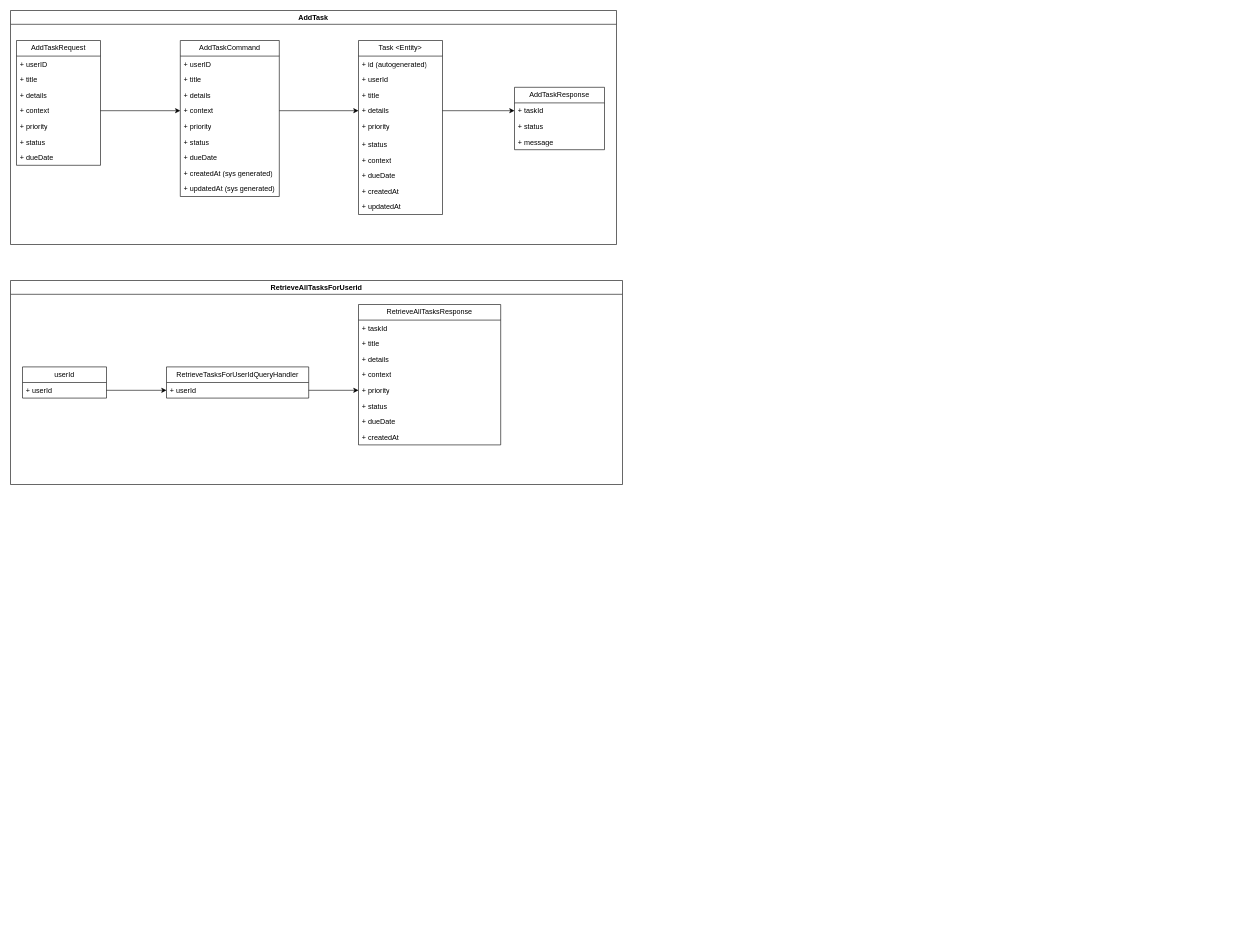
pranay-codes/gtd keeps this draw.io diagram as gtd-backend/src/main/resources/design/Task-Domain.drawio. Above is the earlier version. Source tidied: cells renumbered, new cells numbered last; positions are measured from the earlier drawing's top-left corner, leaving out a move shared by most shapes. Both pictures are drawn from the tidied source at 60%, with x=0, y=0 at pixel (10, 10).
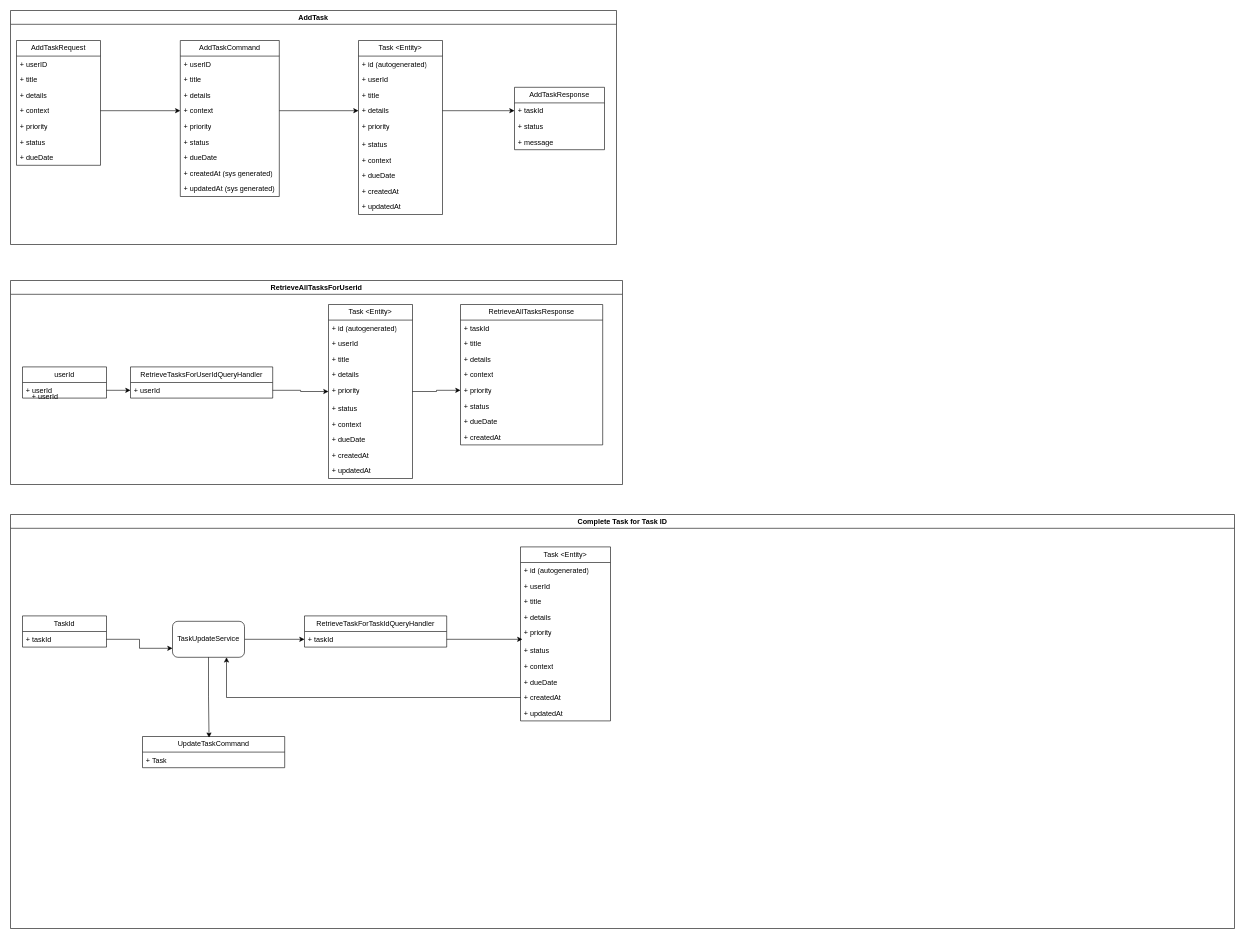
After the change.

Unchanged cells that the change refers to:
```xml
<mxCell id="39" value="RetrieveAllTasksForUserid" style="swimlane;whiteSpace=wrap;html=1;" parent="1" vertex="1">
  <mxGeometry y="450" width="1020" height="340" as="geometry" />
</mxCell>
<mxCell id="43" value="+ userId" style="text;strokeColor=none;fillColor=none;align=left;verticalAlign=top;spacingLeft=4;spacingRight=4;overflow=hidden;points=[[0,0.5],[1,0.5]];portConstraint=eastwest;whiteSpace=wrap;html=1;" parent="42" vertex="1">
  <mxGeometry y="26" width="237" height="26" as="geometry" />
</mxCell>
<mxCell id="49" value="+ priority" style="text;strokeColor=none;fillColor=none;align=left;verticalAlign=top;spacingLeft=4;spacingRight=4;overflow=hidden;points=[[0,0.5],[1,0.5]];portConstraint=eastwest;whiteSpace=wrap;html=1;" parent="44" vertex="1">
  <mxGeometry y="130" width="237" height="26" as="geometry" />
</mxCell>
```

Change to the diagram source:
```diff
@@
     <mxCell id="42" value="RetrieveTasksForUserIdQueryHandler" style="swimlane;fontStyle=0;horizontal=1;startSize=26;fillColor=none;whiteSpace=wrap;html=1;" parent="39" vertex="1">
-      <mxGeometry x="260" y="144" width="237" height="52" as="geometry" />
+      <mxGeometry x="200" y="144" width="237" height="52" as="geometry" />
     </mxCell>
@@
     <mxCell id="44" value="RetrieveAllTasksResponse" style="swimlane;fontStyle=0;horizontal=1;startSize=26;fillColor=none;whiteSpace=wrap;html=1;" parent="39" vertex="1">
-      <mxGeometry x="580" y="40" width="237" height="234" as="geometry" />
+      <mxGeometry x="750" y="40" width="237" height="234" as="geometry" />
     </mxCell>
@@
-    <mxCell id="54" style="edgeStyle=orthogonalEdgeStyle;rounded=0;jettySize=auto;html=1;entryX=0;entryY=0.5;entryDx=0;entryDy=0;" parent="39" edge="1" source="43" target="49">
-      <mxGeometry relative="1" as="geometry" />
-    </mxCell>
+    <mxCell id="55" value="Task &amp;lt;Entity&amp;gt;" style="swimlane;fontStyle=0;horizontal=1;startSize=26;fillColor=none;whiteSpace=wrap;html=1;" parent="39" vertex="1">
+      <mxGeometry x="530" y="40" width="140" height="290" as="geometry" />
+    </mxCell>
+    <mxCell id="56" value="+ id (autogenerated)" style="text;strokeColor=none;fillColor=none;align=left;verticalAlign=top;spacingLeft=4;spacingRight=4;overflow=hidden;whiteSpace=wrap;html=1;" parent="55" vertex="1">
+      <mxGeometry y="26" width="140" height="26" as="geometry" />
+    </mxCell>
+    <mxCell id="57" value="+ userId" style="text;strokeColor=none;fillColor=none;align=left;verticalAlign=top;spacingLeft=4;spacingRight=4;overflow=hidden;whiteSpace=wrap;html=1;" parent="55" vertex="1">
+      <mxGeometry y="52" width="140" height="26" as="geometry" />
+    </mxCell>
+    <mxCell id="58" value="+ title" style="text;strokeColor=none;fillColor=none;align=left;verticalAlign=top;spacingLeft=4;spacingRight=4;overflow=hidden;whiteSpace=wrap;html=1;" parent="55" vertex="1">
+      <mxGeometry y="78" width="140" height="26" as="geometry" />
+    </mxCell>
+    <mxCell id="59" value="+ details" style="text;strokeColor=none;fillColor=none;align=left;verticalAlign=top;spacingLeft=4;spacingRight=4;overflow=hidden;whiteSpace=wrap;html=1;" parent="55" vertex="1">
+      <mxGeometry y="104" width="140" height="26" as="geometry" />
+    </mxCell>
+    <mxCell id="60" value="+ priority" style="text;strokeColor=none;fillColor=none;align=left;verticalAlign=top;spacingLeft=4;spacingRight=4;overflow=hidden;points=[[0,0.5],[1,0.5]];portConstraint=eastwest;whiteSpace=wrap;html=1;" parent="55" vertex="1">
+      <mxGeometry y="130" width="140" height="30" as="geometry" />
+    </mxCell>
+    <mxCell id="61" value="+ status" style="text;strokeColor=none;fillColor=none;align=left;verticalAlign=top;spacingLeft=4;spacingRight=4;overflow=hidden;whiteSpace=wrap;html=1;" parent="55" vertex="1">
+      <mxGeometry y="160" width="140" height="26" as="geometry" />
+    </mxCell>
+    <mxCell id="62" value="+ context" style="text;strokeColor=none;fillColor=none;align=left;verticalAlign=top;spacingLeft=4;spacingRight=4;overflow=hidden;whiteSpace=wrap;html=1;" parent="55" vertex="1">
+      <mxGeometry y="186" width="140" height="26" as="geometry" />
+    </mxCell>
+    <mxCell id="63" value="+ dueDate" style="text;strokeColor=none;fillColor=none;align=left;verticalAlign=top;spacingLeft=4;spacingRight=4;overflow=hidden;whiteSpace=wrap;html=1;" parent="55" vertex="1">
+      <mxGeometry y="212" width="140" height="26" as="geometry" />
+    </mxCell>
+    <mxCell id="64" value="+ createdAt" style="text;strokeColor=none;fillColor=none;align=left;verticalAlign=top;spacingLeft=4;spacingRight=4;overflow=hidden;whiteSpace=wrap;html=1;" parent="55" vertex="1">
+      <mxGeometry y="238" width="140" height="26" as="geometry" />
+    </mxCell>
+    <mxCell id="65" value="+ updatedAt" style="text;strokeColor=none;fillColor=none;align=left;verticalAlign=top;spacingLeft=4;spacingRight=4;overflow=hidden;whiteSpace=wrap;html=1;" parent="55" vertex="1">
+      <mxGeometry y="264" width="140" height="26" as="geometry" />
+    </mxCell>
+    <mxCell id="66" style="edgeStyle=orthogonalEdgeStyle;rounded=0;jettySize=auto;html=1;entryX=0;entryY=0.5;entryDx=0;entryDy=0;" parent="39" edge="1" source="43" target="60">
+      <mxGeometry relative="1" as="geometry" />
+    </mxCell>
+    <mxCell id="67" style="edgeStyle=orthogonalEdgeStyle;rounded=0;jettySize=auto;html=1;" parent="39" edge="1" source="60" target="49">
+      <mxGeometry relative="1" as="geometry" />
+    </mxCell>
+    <mxCell id="68" value="Complete Task for Task ID" style="swimlane;whiteSpace=wrap;html=1;" parent="1" vertex="1">
+      <mxGeometry y="840" width="2040" height="690" as="geometry" />
+    </mxCell>
+    <mxCell id="69" value="TaskId" style="swimlane;fontStyle=0;horizontal=1;startSize=26;fillColor=none;whiteSpace=wrap;html=1;" parent="68" vertex="1">
+      <mxGeometry x="20" y="169" width="140" height="52" as="geometry" />
+    </mxCell>
+    <mxCell id="70" value="+ taskId" style="text;strokeColor=none;fillColor=none;align=left;verticalAlign=top;spacingLeft=4;spacingRight=4;overflow=hidden;points=[[0,0.5],[1,0.5]];portConstraint=eastwest;whiteSpace=wrap;html=1;" parent="69" vertex="1">
+      <mxGeometry y="26" width="140" height="26" as="geometry" />
+    </mxCell>
+    <mxCell id="71" value="RetrieveTaskForTaskIdQueryHandler" style="swimlane;fontStyle=0;horizontal=1;startSize=26;fillColor=none;whiteSpace=wrap;html=1;" parent="68" vertex="1">
+      <mxGeometry x="490" y="169" width="237" height="52" as="geometry" />
+    </mxCell>
+    <mxCell id="72" value="+ taskId" style="text;strokeColor=none;fillColor=none;align=left;verticalAlign=top;spacingLeft=4;spacingRight=4;overflow=hidden;points=[[0,0.5],[1,0.5]];portConstraint=eastwest;whiteSpace=wrap;html=1;" parent="71" vertex="1">
+      <mxGeometry y="26" width="237" height="26" as="geometry" />
+    </mxCell>
+    <mxCell id="73" value="Task &amp;lt;Entity&amp;gt;" style="swimlane;fontStyle=0;horizontal=1;startSize=26;fillColor=none;whiteSpace=wrap;html=1;" parent="68" vertex="1">
+      <mxGeometry x="850" y="54" width="150" height="290" as="geometry" />
+    </mxCell>
+    <mxCell id="74" value="+ id (autogenerated)" style="text;strokeColor=none;fillColor=none;align=left;verticalAlign=top;spacingLeft=4;spacingRight=4;overflow=hidden;whiteSpace=wrap;html=1;" parent="73" vertex="1">
+      <mxGeometry y="26" width="150" height="26" as="geometry" />
+    </mxCell>
+    <mxCell id="75" value="+ userId" style="text;strokeColor=none;fillColor=none;align=left;verticalAlign=top;spacingLeft=4;spacingRight=4;overflow=hidden;whiteSpace=wrap;html=1;" parent="73" vertex="1">
+      <mxGeometry y="52" width="150" height="26" as="geometry" />
+    </mxCell>
+    <mxCell id="76" value="+ title" style="text;strokeColor=none;fillColor=none;align=left;verticalAlign=top;spacingLeft=4;spacingRight=4;overflow=hidden;whiteSpace=wrap;html=1;" parent="73" vertex="1">
+      <mxGeometry y="78" width="150" height="26" as="geometry" />
+    </mxCell>
+    <mxCell id="77" value="+ details" style="text;strokeColor=none;fillColor=none;align=left;verticalAlign=top;spacingLeft=4;spacingRight=4;overflow=hidden;whiteSpace=wrap;html=1;" parent="73" vertex="1">
+      <mxGeometry y="104" width="150" height="26" as="geometry" />
+    </mxCell>
+    <mxCell id="78" value="+ priority" style="text;strokeColor=none;fillColor=none;align=left;verticalAlign=top;spacingLeft=4;spacingRight=4;overflow=hidden;points=[[0,0.5],[1,0.5]];portConstraint=eastwest;whiteSpace=wrap;html=1;" parent="73" vertex="1">
+      <mxGeometry y="130" width="150" height="30" as="geometry" />
+    </mxCell>
+    <mxCell id="79" value="+ status" style="text;strokeColor=none;fillColor=none;align=left;verticalAlign=top;spacingLeft=4;spacingRight=4;overflow=hidden;whiteSpace=wrap;html=1;" parent="73" vertex="1">
+      <mxGeometry y="160" width="150" height="26" as="geometry" />
+    </mxCell>
+    <mxCell id="80" value="+ context" style="text;strokeColor=none;fillColor=none;align=left;verticalAlign=top;spacingLeft=4;spacingRight=4;overflow=hidden;whiteSpace=wrap;html=1;" parent="73" vertex="1">
+      <mxGeometry y="186" width="150" height="26" as="geometry" />
+    </mxCell>
+    <mxCell id="81" value="+ dueDate" style="text;strokeColor=none;fillColor=none;align=left;verticalAlign=top;spacingLeft=4;spacingRight=4;overflow=hidden;whiteSpace=wrap;html=1;" parent="73" vertex="1">
+      <mxGeometry y="212" width="150" height="26" as="geometry" />
+    </mxCell>
+    <mxCell id="82" value="+ createdAt" style="text;strokeColor=none;fillColor=none;align=left;verticalAlign=top;spacingLeft=4;spacingRight=4;overflow=hidden;points=[[0,0.5],[1,0.5]];portConstraint=eastwest;whiteSpace=wrap;html=1;" parent="73" vertex="1">
+      <mxGeometry y="238" width="150" height="26" as="geometry" />
+    </mxCell>
+    <mxCell id="83" value="+ updatedAt" style="text;strokeColor=none;fillColor=none;align=left;verticalAlign=top;spacingLeft=4;spacingRight=4;overflow=hidden;whiteSpace=wrap;html=1;" parent="73" vertex="1">
+      <mxGeometry y="264" width="150" height="26" as="geometry" />
+    </mxCell>
+    <mxCell id="84" style="edgeStyle=orthogonalEdgeStyle;rounded=0;jettySize=auto;html=1;entryX=0.021;entryY=0.8;entryDx=0;entryDy=0;entryPerimeter=0;" parent="68" edge="1" source="72" target="78">
+      <mxGeometry relative="1" as="geometry" />
+    </mxCell>
+    <mxCell id="85" style="edgeStyle=orthogonalEdgeStyle;rounded=0;jettySize=auto;html=1;" parent="68" edge="1" source="86" target="72">
+      <mxGeometry relative="1" as="geometry" />
+    </mxCell>
+    <mxCell id="86" value="TaskUpdateService" style="rounded=1;whiteSpace=wrap;html=1;" parent="68" vertex="1">
+      <mxGeometry x="270" y="178" width="120" height="60" as="geometry" />
+    </mxCell>
+    <mxCell id="87" style="edgeStyle=orthogonalEdgeStyle;rounded=0;jettySize=auto;html=1;entryX=0;entryY=0.75;entryDx=0;entryDy=0;" parent="68" edge="1" source="70" target="86">
+      <mxGeometry relative="1" as="geometry" />
+    </mxCell>
+    <mxCell id="88" style="edgeStyle=orthogonalEdgeStyle;rounded=0;jettySize=auto;html=1;" parent="68" edge="1" source="82" target="86">
+      <mxGeometry relative="1" as="geometry">
+        <Array as="points">
+          <mxPoint x="360" y="305" />
+        </Array>
+      </mxGeometry>
+    </mxCell>
+    <mxCell id="89" value="UpdateTaskCommand" style="swimlane;fontStyle=0;horizontal=1;startSize=26;fillColor=none;whiteSpace=wrap;html=1;" parent="68" vertex="1">
+      <mxGeometry x="220" y="370" width="237" height="52" as="geometry" />
+    </mxCell>
+    <mxCell id="90" value="+ Task" style="text;strokeColor=none;fillColor=none;align=left;verticalAlign=top;spacingLeft=4;spacingRight=4;overflow=hidden;whiteSpace=wrap;html=1;" parent="89" vertex="1">
+      <mxGeometry y="26" width="237" height="26" as="geometry" />
+    </mxCell>
+    <mxCell id="91" style="edgeStyle=orthogonalEdgeStyle;rounded=0;jettySize=auto;html=1;entryX=0.468;entryY=0.038;entryDx=0;entryDy=0;entryPerimeter=0;" parent="68" edge="1" source="86" target="89">
+      <mxGeometry relative="1" as="geometry" />
+    </mxCell>
+    <mxCell id="92" value="+ userId" style="text;strokeColor=none;fillColor=none;align=left;verticalAlign=top;spacingLeft=4;spacingRight=4;overflow=hidden;whiteSpace=wrap;html=1;" parent="1" vertex="1">
+      <mxGeometry x="30" y="630" width="140" height="26" as="geometry" />
+    </mxCell>
```
